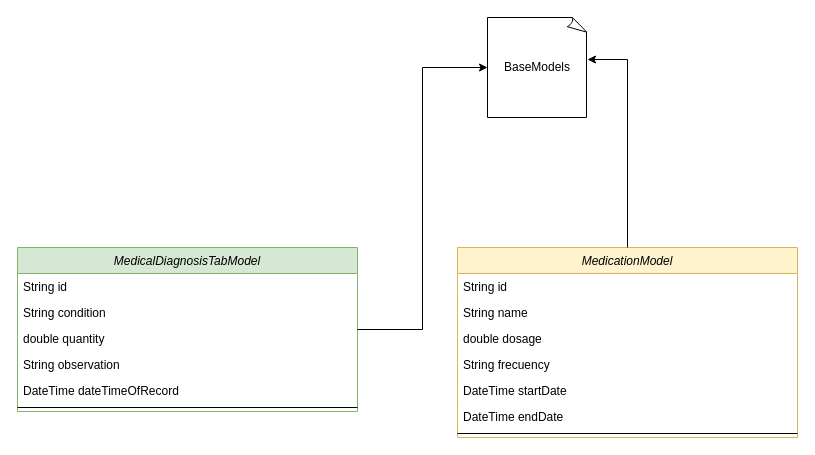
Before: page "Medical" (8 of 14) of uml/uml_diagrams.drawio in grupo-jocaagura/jocaagura_domain, a draw.io diagram. Source tidied: cells renumbered, new cells numbered last; positions are measured from the earlier drawing's top-left corner, leaving out a move shared by most shapes. Both pictures are drawn from the tidied source at 100%, with x=0, y=0 at pixel (17, 17).
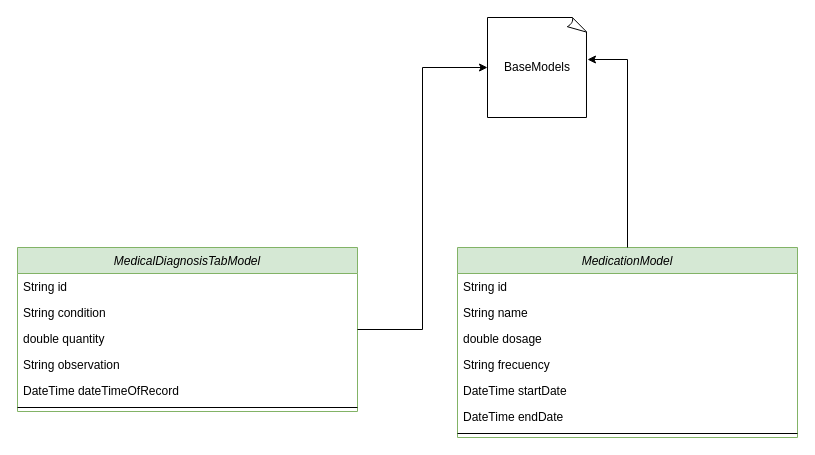
Above is the later version.

The edit, as a diff of the source:
```diff
@@
 <mxGraphModel>
   <root>
     <mxCell id="0" />
     <mxCell id="1" parent="0" />
     <mxCell id="2" value="BaseModels" style="whiteSpace=wrap;html=1;shape=mxgraph.basic.document;" parent="1" vertex="1">
       <mxGeometry x="470" width="100" height="100" as="geometry" />
     </mxCell>
     <mxCell id="3" value="MedicalDiagnosisTabModel" style="swimlane;fontStyle=2;align=center;verticalAlign=top;horizontal=1;startSize=26;rounded=0;shadow=0;strokeWidth=1;fillColor=#d5e8d4;strokeColor=#82b366;" parent="1" vertex="1">
       <mxGeometry y="230" width="340" height="164" as="geometry" />
     </mxCell>
     <mxCell id="4" value="String id" style="text;align=left;verticalAlign=top;spacingLeft=4;spacingRight=4;overflow=hidden;" parent="3" vertex="1">
       <mxGeometry y="26" width="340" height="26" as="geometry" />
     </mxCell>
     <mxCell id="5" value="String condition" style="text;align=left;verticalAlign=top;spacingLeft=4;spacingRight=4;overflow=hidden;" parent="3" vertex="1">
       <mxGeometry y="52" width="340" height="26" as="geometry" />
     </mxCell>
     <mxCell id="6" value="double quantity" style="text;align=left;verticalAlign=top;spacingLeft=4;spacingRight=4;overflow=hidden;" parent="3" vertex="1">
       <mxGeometry y="78" width="340" height="26" as="geometry" />
     </mxCell>
     <mxCell id="7" value="String observation" style="text;align=left;verticalAlign=top;spacingLeft=4;spacingRight=4;overflow=hidden;" parent="3" vertex="1">
       <mxGeometry y="104" width="340" height="26" as="geometry" />
     </mxCell>
     <mxCell id="8" value="DateTime dateTimeOfRecord" style="text;align=left;verticalAlign=top;spacingLeft=4;spacingRight=4;overflow=hidden;" parent="3" vertex="1">
       <mxGeometry y="130" width="340" height="26" as="geometry" />
     </mxCell>
     <mxCell id="9" style="line;html=1;strokeWidth=1;align=left;verticalAlign=middle;spacingTop=-1;spacingLeft=3;spacingRight=3;labelPosition=right;" parent="3" vertex="1">
       <mxGeometry y="156" width="340" height="8" as="geometry" />
     </mxCell>
     <mxCell id="10" style="edgeStyle=orthogonalEdgeStyle;rounded=0;jettySize=auto;html=1;entryX=0;entryY=0.5;entryDx=0;entryDy=0;entryPerimeter=0;" parent="1" edge="1" source="3" target="2">
       <mxGeometry relative="1" as="geometry" />
     </mxCell>
-    <mxCell id="11" value="MedicationModel" style="swimlane;fontStyle=2;align=center;verticalAlign=top;horizontal=1;startSize=26;rounded=0;shadow=0;strokeWidth=1;fillColor=#fff2cc;strokeColor=#d6b656;" parent="1" vertex="1">
+    <mxCell id="11" value="MedicationModel" style="swimlane;fontStyle=2;align=center;verticalAlign=top;horizontal=1;startSize=26;rounded=0;shadow=0;strokeWidth=1;fillColor=#d5e8d4;strokeColor=#82b366;" parent="1" vertex="1">
       <mxGeometry x="440" y="230" width="340" height="190" as="geometry" />
     </mxCell>
     <mxCell id="12" value="String id" style="text;align=left;verticalAlign=top;spacingLeft=4;spacingRight=4;overflow=hidden;" parent="11" vertex="1">
       <mxGeometry y="26" width="340" height="26" as="geometry" />
     </mxCell>
     <mxCell id="13" value="String name" style="text;align=left;verticalAlign=top;spacingLeft=4;spacingRight=4;overflow=hidden;" parent="11" vertex="1">
       <mxGeometry y="52" width="340" height="26" as="geometry" />
     </mxCell>
     <mxCell id="14" value="double dosage" style="text;align=left;verticalAlign=top;spacingLeft=4;spacingRight=4;overflow=hidden;" parent="11" vertex="1">
       <mxGeometry y="78" width="340" height="26" as="geometry" />
     </mxCell>
     <mxCell id="15" value="String frecuency" style="text;align=left;verticalAlign=top;spacingLeft=4;spacingRight=4;overflow=hidden;" parent="11" vertex="1">
       <mxGeometry y="104" width="340" height="26" as="geometry" />
     </mxCell>
     <mxCell id="16" value="DateTime startDate" style="text;align=left;verticalAlign=top;spacingLeft=4;spacingRight=4;overflow=hidden;" parent="11" vertex="1">
       <mxGeometry y="130" width="340" height="26" as="geometry" />
     </mxCell>
     <mxCell id="17" value="DateTime endDate" style="text;align=left;verticalAlign=top;spacingLeft=4;spacingRight=4;overflow=hidden;" parent="11" vertex="1">
       <mxGeometry y="156" width="340" height="26" as="geometry" />
     </mxCell>
     <mxCell id="18" style="line;html=1;strokeWidth=1;align=left;verticalAlign=middle;spacingTop=-1;spacingLeft=3;spacingRight=3;labelPosition=right;" parent="11" vertex="1">
       <mxGeometry y="182" width="340" height="8" as="geometry" />
     </mxCell>
     <mxCell id="19" style="edgeStyle=orthogonalEdgeStyle;rounded=0;jettySize=auto;html=1;entryX=1;entryY=0.42;entryDx=0;entryDy=0;entryPerimeter=0;" parent="1" edge="1" source="11" target="2">
       <mxGeometry relative="1" as="geometry" />
     </mxCell>
   </root>
 </mxGraphModel>
```
